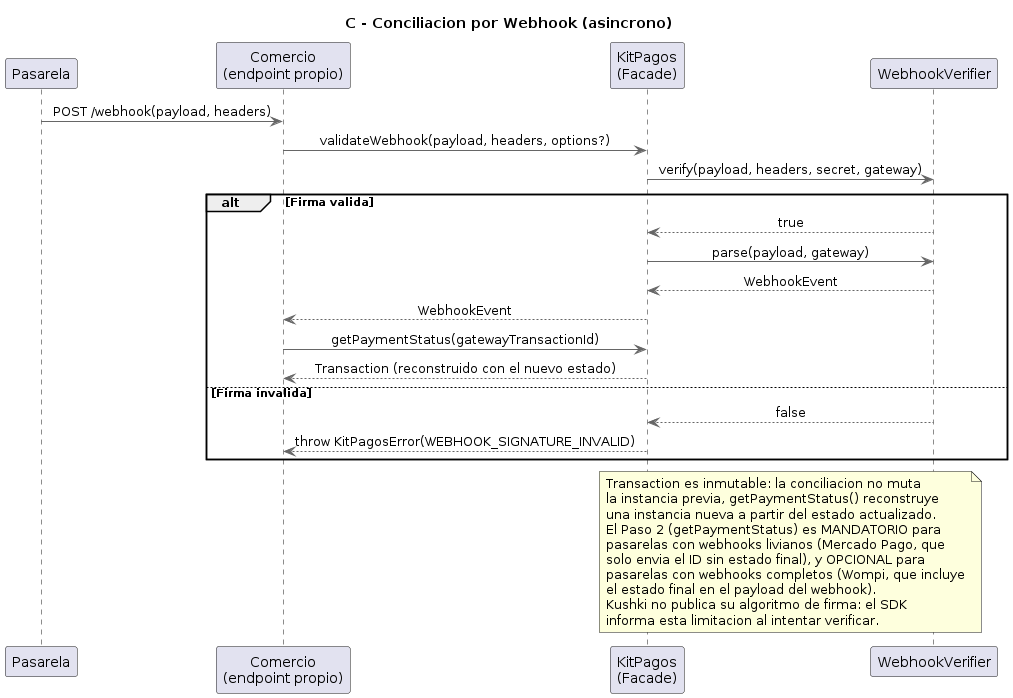
Before: docs/architecture/SDK/Sequence Diagram - Webhook Conciliation.png, a diagram exported from PlantUML (PurosBrothers/Kit-Pagos-Colombia---Tesis).
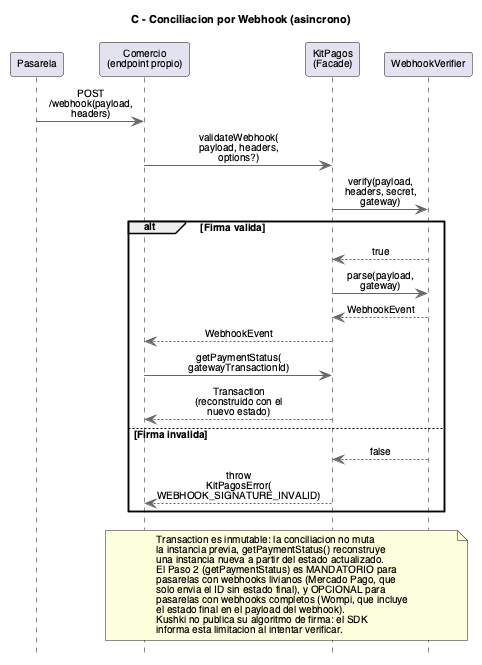
The same file after the commit.

Diff of the diagram source:
```diff
@@ -1,6 +1,18 @@
-@startuml
+@startuml Sequence Diagram - Webhook Conciliation
 title C - Conciliacion por Webhook (asincrono)
 skinparam backgroundColor white
+skinparam defaultFontName Helvetica
+skinparam defaultFontSize 10
+skinparam titleFontSize 11
+skinparam ParticipantFontSize 10
+skinparam ActorFontSize 10
+skinparam ArrowFontSize 10
+skinparam NoteFontSize 10
+skinparam SequenceGroupFontSize 10
+skinparam SequenceGroupHeaderFontSize 10
+skinparam SequenceDividerFontSize 10
+skinparam maxMessageSize 90
+hide footbox
 skinparam sequenceMessageAlign center
 skinparam ArrowColor #666666
 skinparam LifeLineBorderColor #666666
@@ -11,22 +23,22 @@
 participant "WebhookVerifier" as Verifier
 
 Pasarela -> Comercio : POST /webhook(payload, headers)
-Comercio -> Facade : validateWebhook(payload, headers, options?)
-Facade -> Verifier : verify(payload, headers, secret, gateway)
+Comercio -> Facade : validateWebhook(\npayload, headers,\noptions?)
+Facade -> Verifier : verify(payload,\nheaders, secret,\ngateway)
 
 alt Firma valida
   Verifier --> Facade : true
   Facade -> Verifier : parse(payload, gateway)
   Verifier --> Facade : WebhookEvent
   Facade --> Comercio : WebhookEvent
-  Comercio -> Facade : getPaymentStatus(gatewayTransactionId)
+  Comercio -> Facade : getPaymentStatus(\ngatewayTransactionId)
   Facade --> Comercio : Transaction (reconstruido con el nuevo estado)
 else Firma invalida
   Verifier --> Facade : false
-  Facade --> Comercio : throw KitPagosError(WEBHOOK_SIGNATURE_INVALID)
+  Facade --> Comercio : throw KitPagosError(\nWEBHOOK_SIGNATURE_INVALID)
 end
 
-note over Facade, Verifier
+note over Comercio, Verifier
   Transaction es inmutable: la conciliacion no muta
   la instancia previa, getPaymentStatus() reconstruye
   una instancia nueva a partir del estado actualizado.
@@ -38,4 +50,5 @@
   Kushki no publica su algoritmo de firma: el SDK
   informa esta limitacion al intentar verificar.
 end note
+
 @enduml
```
